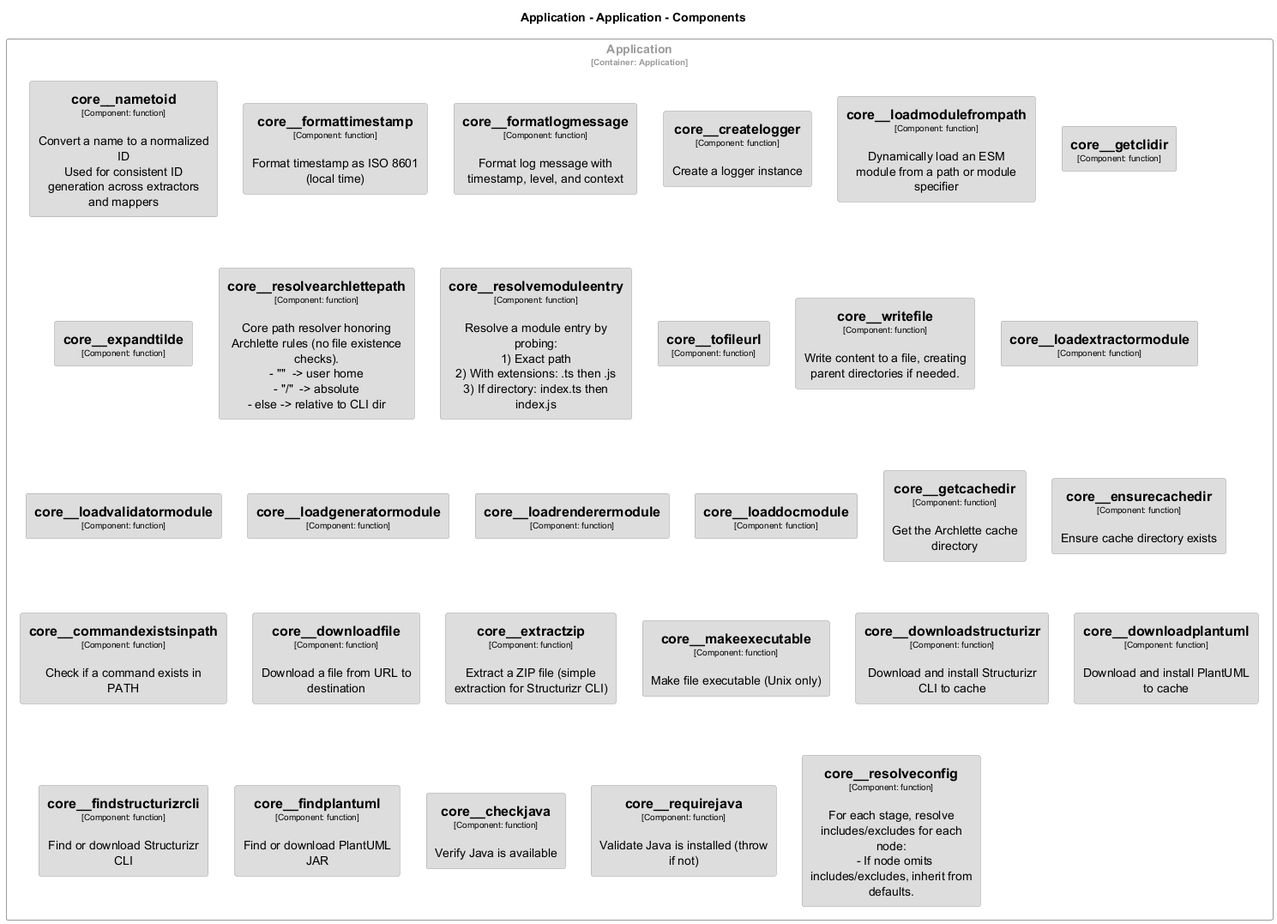
Earlier version of the PlantUML export docs/architecture/diagrams/structurizr-Classes_default_container__core.png (chrislyons-dev/archlette).
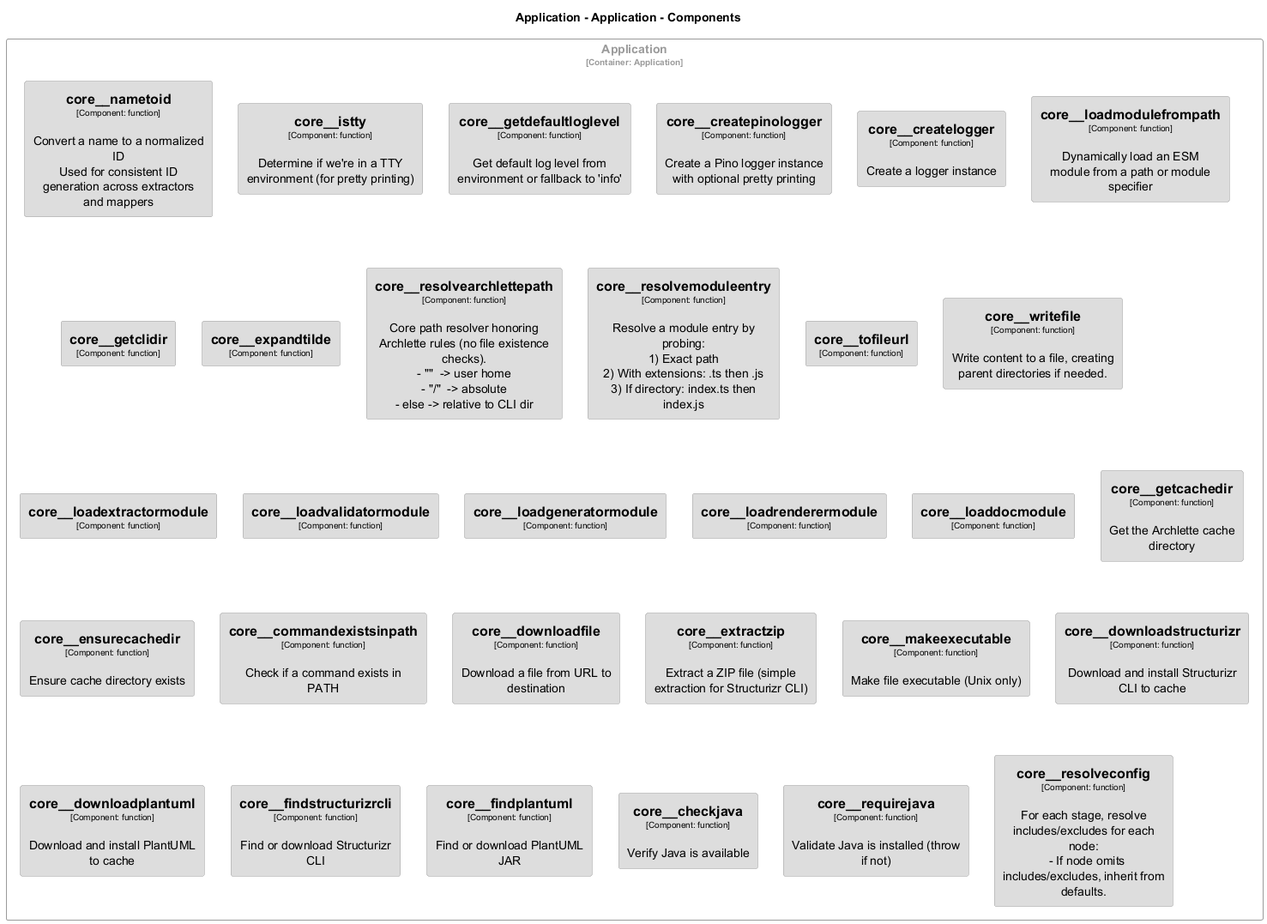
The same file after the commit.

What changed in the source:
```diff
@@ -28,6 +28,12 @@
   shadowing false
 }
 skinparam rectangle<<Application.Application.core__createlogger>> {
+  BackgroundColor #dddddd
+  FontColor #000000
+  BorderColor #9a9a9a
+  shadowing false
+}
+skinparam rectangle<<Application.Application.core__createpinologger>> {
   BackgroundColor #dddddd
   FontColor #000000
   BorderColor #9a9a9a
@@ -81,18 +87,6 @@
   BorderColor #9a9a9a
   shadowing false
 }
-skinparam rectangle<<Application.Application.core__formatlogmessage>> {
-  BackgroundColor #dddddd
-  FontColor #000000
-  BorderColor #9a9a9a
-  shadowing false
-}
-skinparam rectangle<<Application.Application.core__formattimestamp>> {
-  BackgroundColor #dddddd
-  FontColor #000000
-  BorderColor #9a9a9a
-  shadowing false
-}
 skinparam rectangle<<Application.Application.core__getcachedir>> {
   BackgroundColor #dddddd
   FontColor #000000
@@ -100,6 +94,18 @@
   shadowing false
 }
 skinparam rectangle<<Application.Application.core__getclidir>> {
+  BackgroundColor #dddddd
+  FontColor #000000
+  BorderColor #9a9a9a
+  shadowing false
+}
+skinparam rectangle<<Application.Application.core__getdefaultloglevel>> {
+  BackgroundColor #dddddd
+  FontColor #000000
+  BorderColor #9a9a9a
+  shadowing false
+}
+skinparam rectangle<<Application.Application.core__istty>> {
   BackgroundColor #dddddd
   FontColor #000000
   BorderColor #9a9a9a
@@ -197,8 +203,9 @@
 
 rectangle "Application\n<size:10>[Container: Application]</size>" <<Application.Application>> {
   rectangle "==core__nametoid\n<size:10>[Component: function]</size>\n\nConvert a name to a normalized ID\nUsed for consistent ID generation across extractors and mappers" <<Application.Application.core__nametoid>> as Application.Application.core__nametoid
-  rectangle "==core__formattimestamp\n<size:10>[Component: function]</size>\n\nFormat timestamp as ISO 8601 (local time)" <<Application.Application.core__formattimestamp>> as Application.Application.core__formattimestamp
-  rectangle "==core__formatlogmessage\n<size:10>[Component: function]</size>\n\nFormat log message with timestamp, level, and context" <<Application.Application.core__formatlogmessage>> as Application.Application.core__formatlogmessage
+  rectangle "==core__istty\n<size:10>[Component: function]</size>\n\nDetermine if we're in a TTY environment (for pretty printing)" <<Application.Application.core__istty>> as Application.Application.core__istty
+  rectangle "==core__getdefaultloglevel\n<size:10>[Component: function]</size>\n\nGet default log level from environment or fallback to 'info'" <<Application.Application.core__getdefaultloglevel>> as Application.Application.core__getdefaultloglevel
+  rectangle "==core__createpinologger\n<size:10>[Component: function]</size>\n\nCreate a Pino logger instance with optional pretty printing" <<Application.Application.core__createpinologger>> as Application.Application.core__createpinologger
   rectangle "==core__createlogger\n<size:10>[Component: function]</size>\n\nCreate a logger instance" <<Application.Application.core__createlogger>> as Application.Application.core__createlogger
   rectangle "==core__loadmodulefrompath\n<size:10>[Component: function]</size>\n\nDynamically load an ESM module from a path or module specifier" <<Application.Application.core__loadmodulefrompath>> as Application.Application.core__loadmodulefrompath
   rectangle "==core__getclidir\n<size:10>[Component: function]</size>" <<Application.Application.core__getclidir>> as Application.Application.core__getclidir
```
